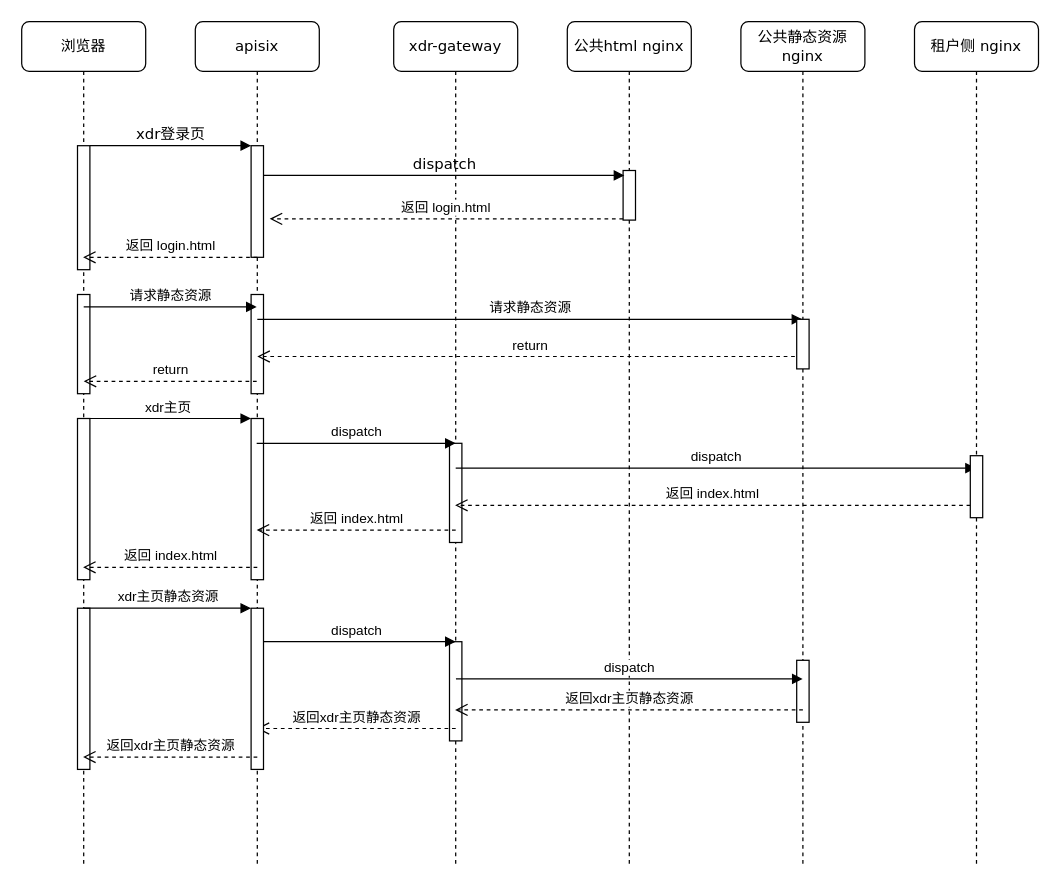
Above: sxf-front-end-optimize-publish/saas dev 前端调用链路优化方案二.drawio in doukangtai/draw.io (draw.io), before the change. Source tidied: cells renumbered, new cells numbered last; positions are measured from the earlier drawing's top-left corner, leaving out a move shared by most shapes. Both pictures are drawn from the tidied source at 124%, with x=0, y=0 at pixel (21, 21).
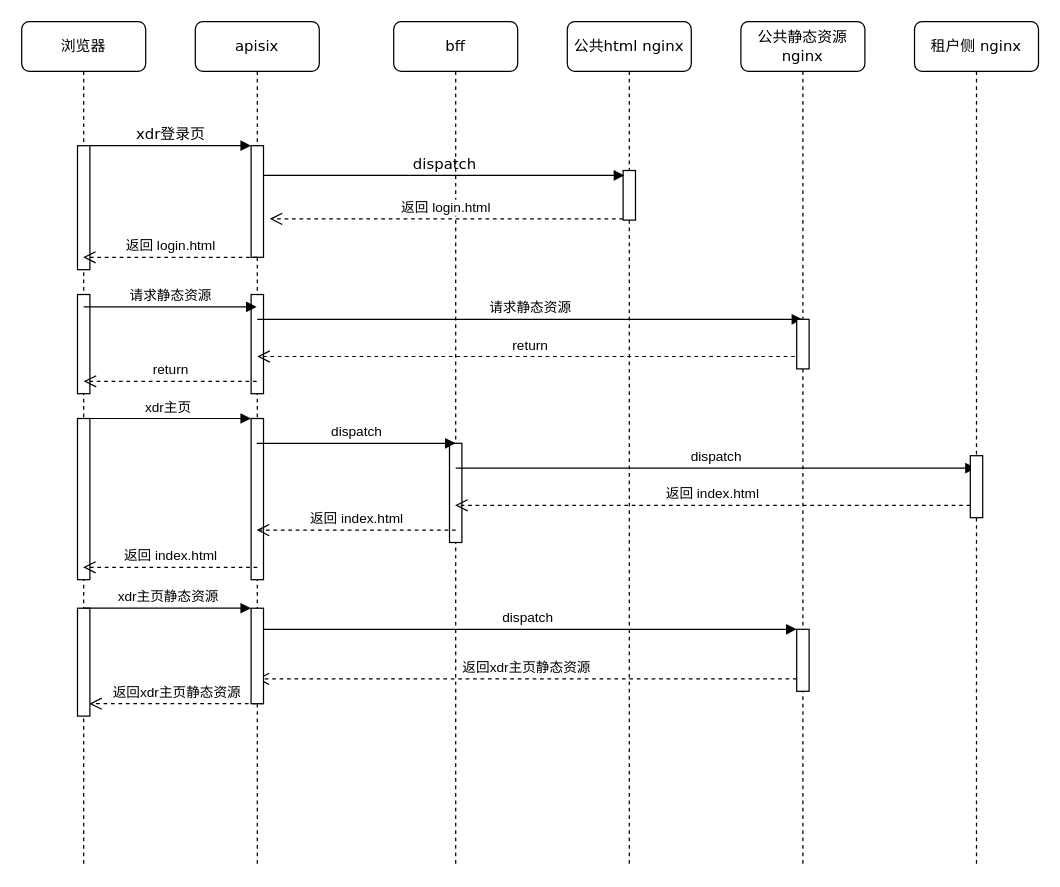
Above is the later version.

Commit message:
V2更新saas dev 前端调用链路优化方案二.drawio

Unchanged cells that the change refers to:
```xml
<mxCell id="2" value="apisix" style="shape=umlLifeline;perimeter=lifelinePerimeter;whiteSpace=wrap;html=1;outlineConnect=0;rounded=1;shadow=0;comic=0;labelBackgroundColor=none;strokeWidth=1;fontFamily=Verdana;fontSize=12;align=center;" parent="1" vertex="1">
  <mxGeometry x="140" width="100" height="680" as="geometry" />
</mxCell>
<mxCell id="15" value="公共静态资源 nginx" style="shape=umlLifeline;perimeter=lifelinePerimeter;whiteSpace=wrap;html=1;outlineConnect=0;rounded=1;shadow=0;comic=0;labelBackgroundColor=none;strokeWidth=1;fontFamily=Verdana;fontSize=12;align=center;" parent="1" vertex="1">
  <mxGeometry x="580" width="100" height="680" as="geometry" />
</mxCell>
```

Diff of the diagram source:
```diff
@@
+    <mxCell id="38" value="返回xdr主页静态资源" style="html=1;verticalAlign=bottom;endArrow=open;dashed=1;endSize=8;edgeStyle=elbowEdgeStyle;elbow=vertical;curved=0;rounded=0;" parent="2" edge="1">
+      <mxGeometry relative="1" as="geometry">
+        <mxPoint x="55" y="550" as="sourcePoint" />
+        <mxPoint x="-85.5" y="550" as="targetPoint" />
+      </mxGeometry>
+    </mxCell>
-    <mxCell id="7" value="xdr-gateway" style="shape=umlLifeline;perimeter=lifelinePerimeter;whiteSpace=wrap;html=1;outlineConnect=0;rounded=1;shadow=0;comic=0;labelBackgroundColor=none;strokeWidth=1;fontFamily=Verdana;fontSize=12;align=center;" parent="1" vertex="1">
+    <mxCell id="7" value="bff" style="shape=umlLifeline;perimeter=lifelinePerimeter;whiteSpace=wrap;html=1;outlineConnect=0;rounded=1;shadow=0;comic=0;labelBackgroundColor=none;strokeWidth=1;fontFamily=Verdana;fontSize=12;align=center;" parent="1" vertex="1">
       <mxGeometry x="300" width="100" height="680" as="geometry" />
     </mxCell>
@@
-    <mxCell id="10" style="html=1;perimeter=orthogonalPerimeter;targetShapes=umlLifeline;newEdgeStyle={&quot;edgeStyle&quot;:&quot;elbowEdgeStyle&quot;,&quot;elbow&quot;:&quot;vertical&quot;,&quot;curved&quot;:0,&quot;rounded&quot;:0};" parent="7" vertex="1">
-      <mxGeometry x="45" y="500" width="10" height="80" as="geometry" />
-    </mxCell>
-    <mxCell id="11" value="dispatch" style="html=1;verticalAlign=bottom;endArrow=block;edgeStyle=elbowEdgeStyle;elbow=vertical;curved=0;rounded=0;" parent="7" edge="1">
-      <mxGeometry relative="1" as="geometry">
-        <mxPoint x="-110.5" y="500" as="sourcePoint" />
-        <mxPoint x="50" y="500" as="targetPoint" />
-      </mxGeometry>
-    </mxCell>
-    <mxCell id="12" value="返回xdr主页静态资源" style="html=1;verticalAlign=bottom;endArrow=open;dashed=1;endSize=8;edgeStyle=elbowEdgeStyle;elbow=vertical;curved=0;rounded=0;" parent="7" edge="1">
-      <mxGeometry relative="1" as="geometry">
-        <mxPoint x="50" y="570" as="sourcePoint" />
-        <mxPoint x="-110.5" y="570" as="targetPoint" />
-      </mxGeometry>
-    </mxCell>
@@
     <mxCell id="16" style="html=1;perimeter=orthogonalPerimeter;targetShapes=umlLifeline;newEdgeStyle={&quot;edgeStyle&quot;:&quot;elbowEdgeStyle&quot;,&quot;elbow&quot;:&quot;vertical&quot;,&quot;curved&quot;:0,&quot;rounded&quot;:0};" parent="15" vertex="1">
-      <mxGeometry x="45" y="515" width="10" height="50" as="geometry" />
+      <mxGeometry x="45" y="490" width="10" height="50" as="geometry" />
     </mxCell>
-    <mxCell id="17" value="返回xdr主页静态资源" style="html=1;verticalAlign=bottom;endArrow=open;dashed=1;endSize=8;edgeStyle=elbowEdgeStyle;elbow=vertical;curved=0;rounded=0;" parent="15" edge="1">
+    <mxCell id="17" value="返回xdr主页静态资源" style="html=1;verticalAlign=bottom;endArrow=open;dashed=1;endSize=8;edgeStyle=elbowEdgeStyle;elbow=vertical;curved=0;rounded=0;" parent="15" edge="1" target="2">
       <mxGeometry relative="1" as="geometry">
-        <mxPoint x="50" y="555" as="sourcePoint" />
-        <mxPoint x="-230.5" y="555" as="targetPoint" />
+        <mxPoint x="45" y="530" as="sourcePoint" />
       </mxGeometry>
     </mxCell>
@@
+    <mxCell id="39" value="dispatch" style="html=1;verticalAlign=bottom;endArrow=block;edgeStyle=elbowEdgeStyle;elbow=vertical;curved=0;rounded=0;" parent="15" edge="1" source="2">
+      <mxGeometry relative="1" as="geometry">
+        <mxPoint x="45" y="490" as="targetPoint" />
+      </mxGeometry>
+    </mxCell>
@@
     <mxCell id="35" style="html=1;perimeter=orthogonalPerimeter;targetShapes=umlLifeline;newEdgeStyle={&quot;edgeStyle&quot;:&quot;elbowEdgeStyle&quot;,&quot;elbow&quot;:&quot;vertical&quot;,&quot;curved&quot;:0,&quot;rounded&quot;:0};" parent="1" vertex="1">
-      <mxGeometry x="45" y="473" width="10" height="130" as="geometry" />
+      <mxGeometry x="45" y="473" width="10" height="87" as="geometry" />
     </mxCell>
     <mxCell id="36" style="html=1;points=[];perimeter=orthogonalPerimeter;outlineConnect=0;targetShapes=umlLifeline;portConstraint=eastwest;newEdgeStyle={&quot;edgeStyle&quot;:&quot;elbowEdgeStyle&quot;,&quot;elbow&quot;:&quot;vertical&quot;,&quot;curved&quot;:0,&quot;rounded&quot;:0};" parent="1" vertex="1">
-      <mxGeometry x="185" y="473" width="10" height="130" as="geometry" />
+      <mxGeometry x="185" y="473" width="10" height="77" as="geometry" />
     </mxCell>
@@
-    <mxCell id="38" value="返回xdr主页静态资源" style="html=1;verticalAlign=bottom;endArrow=open;dashed=1;endSize=8;edgeStyle=elbowEdgeStyle;elbow=vertical;curved=0;rounded=0;" parent="1" edge="1">
-      <mxGeometry relative="1" as="geometry">
-        <mxPoint x="190" y="593" as="sourcePoint" />
-        <mxPoint x="49.5" y="593" as="targetPoint" />
-      </mxGeometry>
-    </mxCell>
-    <mxCell id="39" value="dispatch" style="html=1;verticalAlign=bottom;endArrow=block;edgeStyle=elbowEdgeStyle;elbow=vertical;curved=0;rounded=0;" parent="1" edge="1">
-      <mxGeometry relative="1" as="geometry">
-        <mxPoint x="350.2" y="530" as="sourcePoint" />
-        <mxPoint x="629.8" y="530" as="targetPoint" />
-      </mxGeometry>
-    </mxCell>
```
